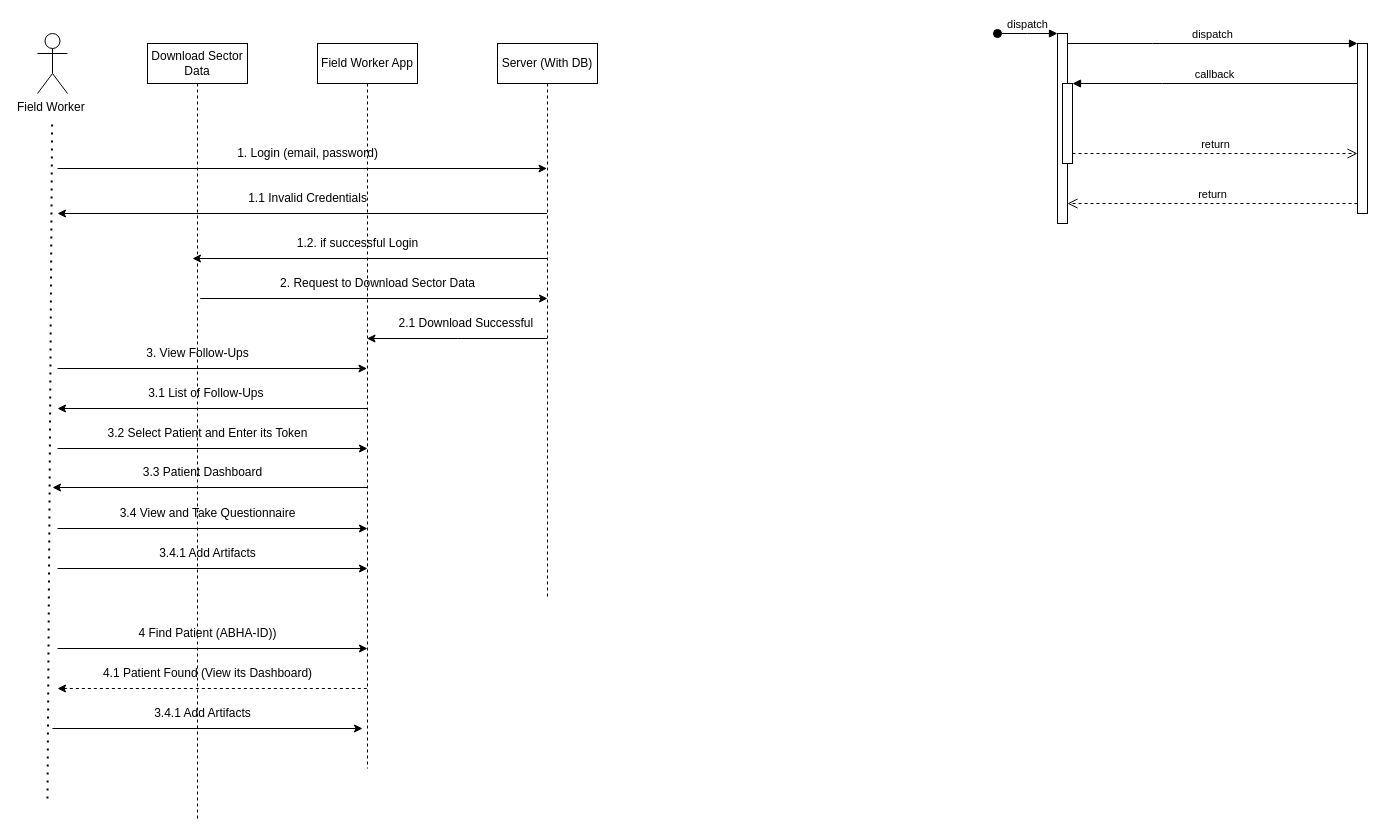
Elysian01/Elysian01 keeps this draw.io diagram as Field Worker.drawio. Above is the earlier version. Source tidied: cells renumbered, new cells numbered last; positions are measured from the earlier drawing's top-left corner, leaving out a move shared by most shapes. Both pictures are drawn from the tidied source at 100%, with x=0, y=0 at pixel (37, 33).
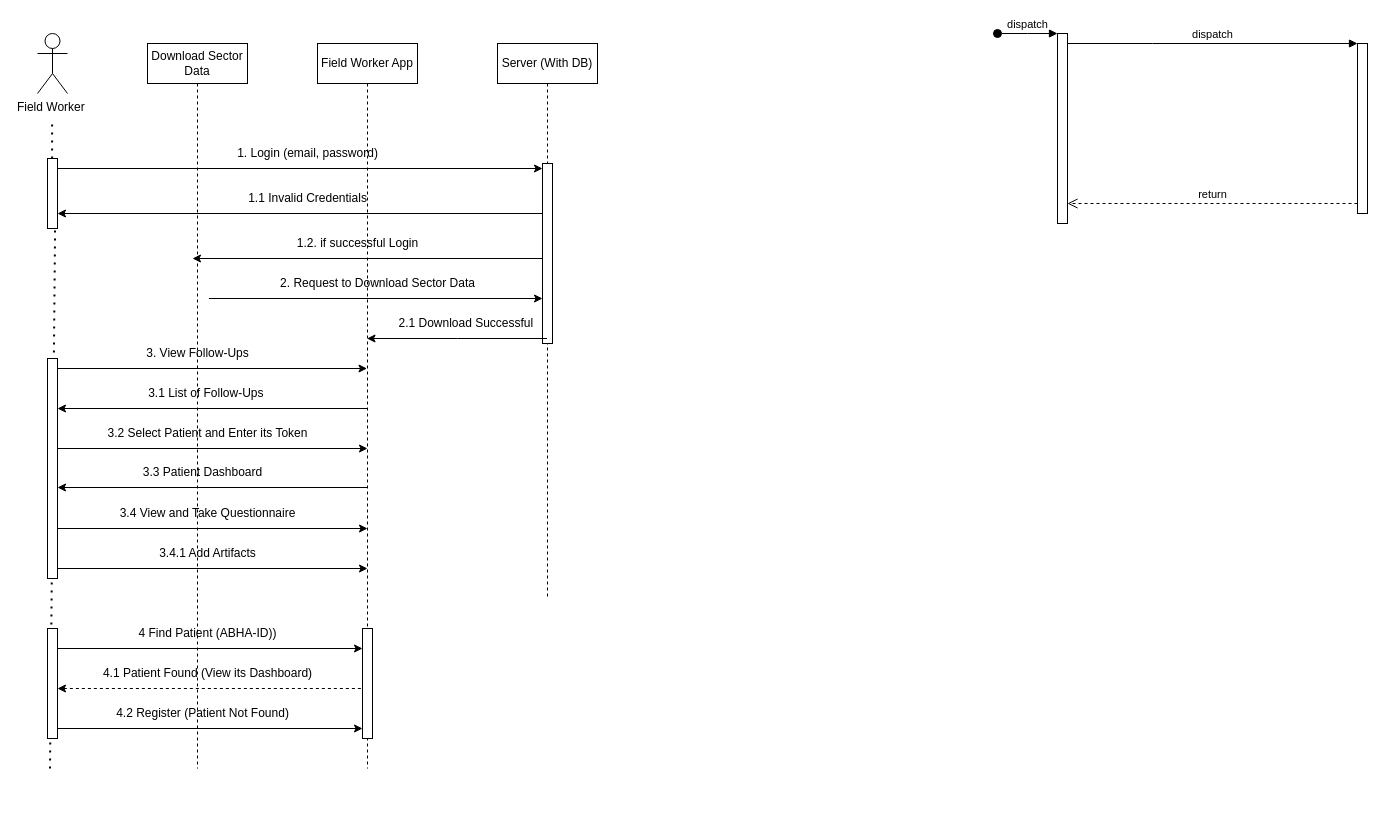
After the change.

Unchanged cells that the change refers to:
```xml
<mxCell id="6" style="html=1;points=[];perimeter=orthogonalPerimeter;outlineConnect=0;targetShapes=umlLifeline;portConstraint=eastwest;newEdgeStyle={&quot;edgeStyle&quot;:&quot;elbowEdgeStyle&quot;,&quot;elbow&quot;:&quot;vertical&quot;,&quot;curved&quot;:0,&quot;rounded&quot;:0};" parent="1" vertex="1">
  <mxGeometry x="1320" y="10" width="10" height="170" as="geometry" />
</mxCell>
<mxCell id="11" value="Field Worker App" style="shape=umlLifeline;perimeter=lifelinePerimeter;whiteSpace=wrap;html=1;outlineConnect=0;portConstraint=eastwest;newEdgeStyle={&quot;edgeStyle&quot;:&quot;elbowEdgeStyle&quot;,&quot;elbow&quot;:&quot;vertical&quot;,&quot;curved&quot;:0,&quot;rounded&quot;:0};" parent="1" vertex="1">
  <mxGeometry x="280" y="10" width="100" height="725" as="geometry" />
</mxCell>
<mxCell id="12" value="Server (With DB)" style="shape=umlLifeline;perimeter=lifelinePerimeter;whiteSpace=wrap;html=1;outlineConnect=0;portConstraint=eastwest;newEdgeStyle={&quot;edgeStyle&quot;:&quot;elbowEdgeStyle&quot;,&quot;elbow&quot;:&quot;vertical&quot;,&quot;curved&quot;:0,&quot;rounded&quot;:0};" parent="1" vertex="1">
  <mxGeometry x="460" y="10" width="100" height="555" as="geometry" />
</mxCell>
```

Diff of the diagram source:
```diff
@@
     <mxCell id="2" value="Download Sector Data" style="shape=umlLifeline;perimeter=lifelinePerimeter;whiteSpace=wrap;html=1;newEdgeStyle={&quot;edgeStyle&quot;:&quot;elbowEdgeStyle&quot;,&quot;elbow&quot;:&quot;vertical&quot;,&quot;curved&quot;:0,&quot;rounded&quot;:0};" parent="1" vertex="1">
-      <mxGeometry x="110" y="10" width="100" height="775" as="geometry" />
+      <mxGeometry x="110" y="10" width="100" height="725" as="geometry" />
     </mxCell>
@@
-    <mxCell id="5" style="html=1;points=[];perimeter=orthogonalPerimeter;outlineConnect=0;targetShapes=umlLifeline;portConstraint=eastwest;newEdgeStyle={&quot;edgeStyle&quot;:&quot;elbowEdgeStyle&quot;,&quot;elbow&quot;:&quot;vertical&quot;,&quot;curved&quot;:0,&quot;rounded&quot;:0};" parent="1" vertex="1">
-      <mxGeometry x="1025" y="50" width="10" height="80" as="geometry" />
-    </mxCell>
@@
-    <mxCell id="9" value="callback" style="html=1;verticalAlign=bottom;endArrow=block;edgeStyle=elbowEdgeStyle;elbow=vertical;curved=0;rounded=0;" parent="1" edge="1" source="6" target="5">
-      <mxGeometry relative="1" as="geometry">
-        <Array as="points">
-          <mxPoint x="1125" y="50" />
-        </Array>
-      </mxGeometry>
-    </mxCell>
-    <mxCell id="10" value="return" style="html=1;verticalAlign=bottom;endArrow=open;dashed=1;endSize=8;edgeStyle=elbowEdgeStyle;elbow=vertical;curved=0;rounded=0;" parent="1" edge="1" source="5" target="6">
-      <mxGeometry relative="1" as="geometry">
-        <Array as="points">
-          <mxPoint x="1115" y="120" />
-        </Array>
-      </mxGeometry>
-    </mxCell>
@@
+    <mxCell id="43" style="html=1;points=[];perimeter=orthogonalPerimeter;outlineConnect=0;targetShapes=umlLifeline;portConstraint=eastwest;newEdgeStyle={&quot;edgeStyle&quot;:&quot;elbowEdgeStyle&quot;,&quot;elbow&quot;:&quot;vertical&quot;,&quot;curved&quot;:0,&quot;rounded&quot;:0};" parent="11" vertex="1">
+      <mxGeometry x="45" y="585" width="10" height="110" as="geometry" />
+    </mxCell>
@@
+    <mxCell id="5" style="html=1;points=[];perimeter=orthogonalPerimeter;outlineConnect=0;targetShapes=umlLifeline;portConstraint=eastwest;newEdgeStyle={&quot;edgeStyle&quot;:&quot;elbowEdgeStyle&quot;,&quot;elbow&quot;:&quot;vertical&quot;,&quot;curved&quot;:0,&quot;rounded&quot;:0};" parent="12" vertex="1">
+      <mxGeometry x="45" y="120" width="10" height="180" as="geometry" />
+    </mxCell>
@@
-    <mxCell id="14" style="endArrow=classic;html=1;rounded=0;" parent="1" edge="1" target="12">
+    <mxCell id="14" style="endArrow=classic;html=1;rounded=0;" parent="1" edge="1" target="5">
       <mxGeometry relative="1" as="geometry">
         <mxPoint x="20" y="135" as="sourcePoint" />
       </mxGeometry>
     </mxCell>
@@
-    <mxCell id="16" style="endArrow=classic;html=1;rounded=0;" parent="1" edge="1" source="12">
+    <mxCell id="16" style="endArrow=classic;html=1;rounded=0;" parent="1" edge="1" source="5">
       <mxGeometry relative="1" as="geometry">
         <mxPoint x="155" y="225" as="targetPoint" />
       </mxGeometry>
     </mxCell>
@@
-    <mxCell id="18" style="endArrow=classic;html=1;rounded=0;" parent="1" edge="1">
+    <mxCell id="18" style="endArrow=classic;html=1;rounded=0;" parent="1" edge="1" source="5">
       <mxGeometry relative="1" as="geometry">
-        <mxPoint x="509.5" y="180" as="sourcePoint" />
         <mxPoint x="20" y="180" as="targetPoint" />
       </mxGeometry>
     </mxCell>
@@
-    <mxCell id="20" style="endArrow=classic;startArrow=none;html=1;rounded=0;startFill=0;" parent="1" edge="1">
+    <mxCell id="20" style="endArrow=classic;startArrow=none;html=1;rounded=0;startFill=0;" parent="1" edge="1" target="5">
       <mxGeometry relative="1" as="geometry">
-        <mxPoint x="162.8" y="265" as="sourcePoint" />
-        <mxPoint x="510" y="265" as="targetPoint" />
+        <mxPoint x="171.4" y="265" as="sourcePoint" />
       </mxGeometry>
     </mxCell>
@@
-    <mxCell id="22" style="endArrow=none;dashed=1;html=1;dashPattern=1 3;strokeWidth=2;rounded=0;" parent="1" edge="1">
+    <mxCell id="22" style="endArrow=none;dashed=1;html=1;dashPattern=1 3;strokeWidth=2;rounded=0;" parent="1" edge="1" source="45">
       <mxGeometry relative="1" as="geometry">
-        <mxPoint x="10" y="765" as="sourcePoint" />
         <mxPoint x="14.6" y="87.5" as="targetPoint" />
       </mxGeometry>
     </mxCell>
@@
-    <mxCell id="31" style="endArrow=none;html=1;rounded=0;startArrow=classic;startFill=1;endFill=0;" parent="1" edge="1" target="11">
+    <mxCell id="31" style="endArrow=none;html=1;rounded=0;startArrow=classic;startFill=1;endFill=0;" parent="1" edge="1">
       <mxGeometry relative="1" as="geometry">
-        <mxPoint x="15" y="454" as="sourcePoint" />
+        <mxPoint x="20" y="454" as="sourcePoint" />
+        <mxPoint x="330" y="454" as="targetPoint" />
       </mxGeometry>
     </mxCell>
@@
-    <mxCell id="37" style="endArrow=classic;html=1;rounded=0;" parent="1" edge="1">
+    <mxCell id="37" style="endArrow=classic;html=1;rounded=0;" parent="1" edge="1" target="43">
       <mxGeometry relative="1" as="geometry">
         <mxPoint x="20" y="615" as="sourcePoint" />
-        <mxPoint x="330" y="615" as="targetPoint" />
       </mxGeometry>
     </mxCell>
@@
-    <mxCell id="39" style="endArrow=none;html=1;rounded=0;dashed=1;endFill=0;startArrow=classic;startFill=1;" parent="1" edge="1">
+    <mxCell id="39" style="endArrow=none;html=1;rounded=0;dashed=1;endFill=0;startArrow=classic;startFill=1;" parent="1" edge="1" target="43">
       <mxGeometry relative="1" as="geometry">
         <mxPoint x="20" y="655" as="sourcePoint" />
-        <mxPoint x="330" y="655" as="targetPoint" />
       </mxGeometry>
     </mxCell>
@@
-    <mxCell id="41" style="endArrow=classic;html=1;rounded=0;" parent="1" edge="1">
+    <mxCell id="41" style="endArrow=classic;html=1;rounded=0;" parent="1" edge="1" source="48">
       <mxGeometry relative="1" as="geometry">
-        <mxPoint x="15" y="695" as="sourcePoint" />
         <mxPoint x="325" y="695" as="targetPoint" />
       </mxGeometry>
     </mxCell>
-    <mxCell id="42" value="3.4.1 Add Artifacts" style="text;html=1;align=center;verticalAlign=middle;strokeColor=none;fillColor=none;" parent="1" vertex="1">
-      <mxGeometry x="105" y="665" width="120" height="30" as="geometry" />
+    <mxCell id="42" value="4.2 Register (Patient Not Found)" style="text;html=1;align=center;verticalAlign=middle;strokeColor=none;fillColor=none;" parent="1" vertex="1">
+      <mxGeometry x="65" y="665" width="200" height="30" as="geometry" />
     </mxCell>
+    <mxCell id="44" style="endArrow=none;dashed=1;html=1;dashPattern=1 3;strokeWidth=2;rounded=0;" parent="1" edge="1">
+      <mxGeometry relative="1" as="geometry">
+        <mxPoint x="12.5" y="735" as="sourcePoint" />
+        <mxPoint x="17.5" y="195" as="targetPoint" />
+        <Array as="points">
+          <mxPoint x="17.5" y="205" />
+        </Array>
+      </mxGeometry>
+    </mxCell>
+    <mxCell id="45" style="html=1;points=[];perimeter=orthogonalPerimeter;outlineConnect=0;targetShapes=umlLifeline;portConstraint=eastwest;newEdgeStyle={&quot;edgeStyle&quot;:&quot;elbowEdgeStyle&quot;,&quot;elbow&quot;:&quot;vertical&quot;,&quot;curved&quot;:0,&quot;rounded&quot;:0};" parent="1" vertex="1">
+      <mxGeometry x="10" y="125" width="10" height="70" as="geometry" />
+    </mxCell>
+    <mxCell id="46" style="html=1;perimeter=orthogonalPerimeter;targetShapes=umlLifeline;newEdgeStyle={&quot;edgeStyle&quot;:&quot;elbowEdgeStyle&quot;,&quot;elbow&quot;:&quot;vertical&quot;,&quot;curved&quot;:0,&quot;rounded&quot;:0};" parent="1" vertex="1">
+      <mxGeometry x="10" y="325" width="10" height="220" as="geometry" />
+    </mxCell>
+    <mxCell id="47" style="endArrow=classic;html=1;rounded=0;" parent="1" edge="1" target="48">
+      <mxGeometry relative="1" as="geometry">
+        <mxPoint x="15" y="695" as="sourcePoint" />
+      </mxGeometry>
+    </mxCell>
+    <mxCell id="48" style="html=1;points=[];perimeter=orthogonalPerimeter;outlineConnect=0;targetShapes=umlLifeline;portConstraint=eastwest;newEdgeStyle={&quot;edgeStyle&quot;:&quot;elbowEdgeStyle&quot;,&quot;elbow&quot;:&quot;vertical&quot;,&quot;curved&quot;:0,&quot;rounded&quot;:0};" parent="1" vertex="1">
+      <mxGeometry x="10" y="595" width="10" height="110" as="geometry" />
+    </mxCell>
```
